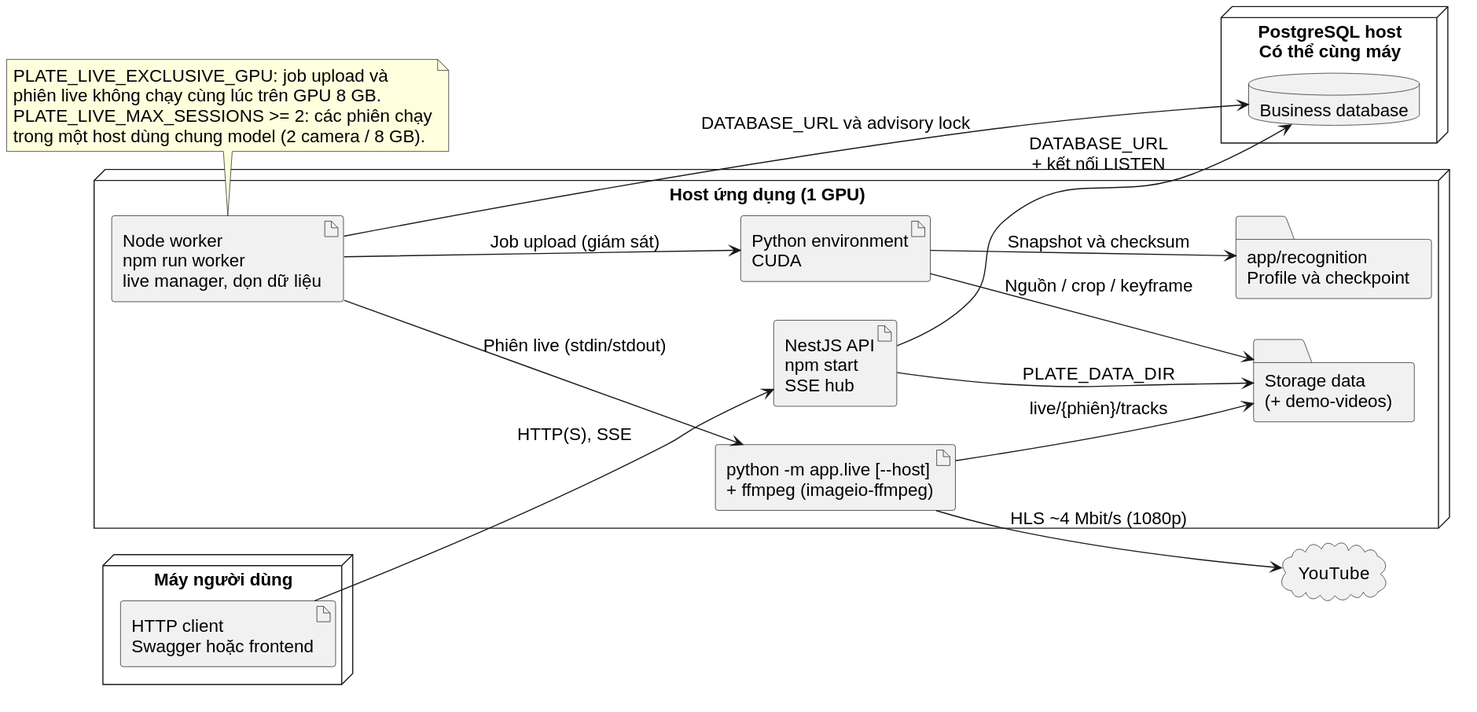
This is docs/analysis/diagrams/16-deployment.svg from Oszumeiii/Vehicle_Tracking_BE, a PlantUML export, as it was before one commit.
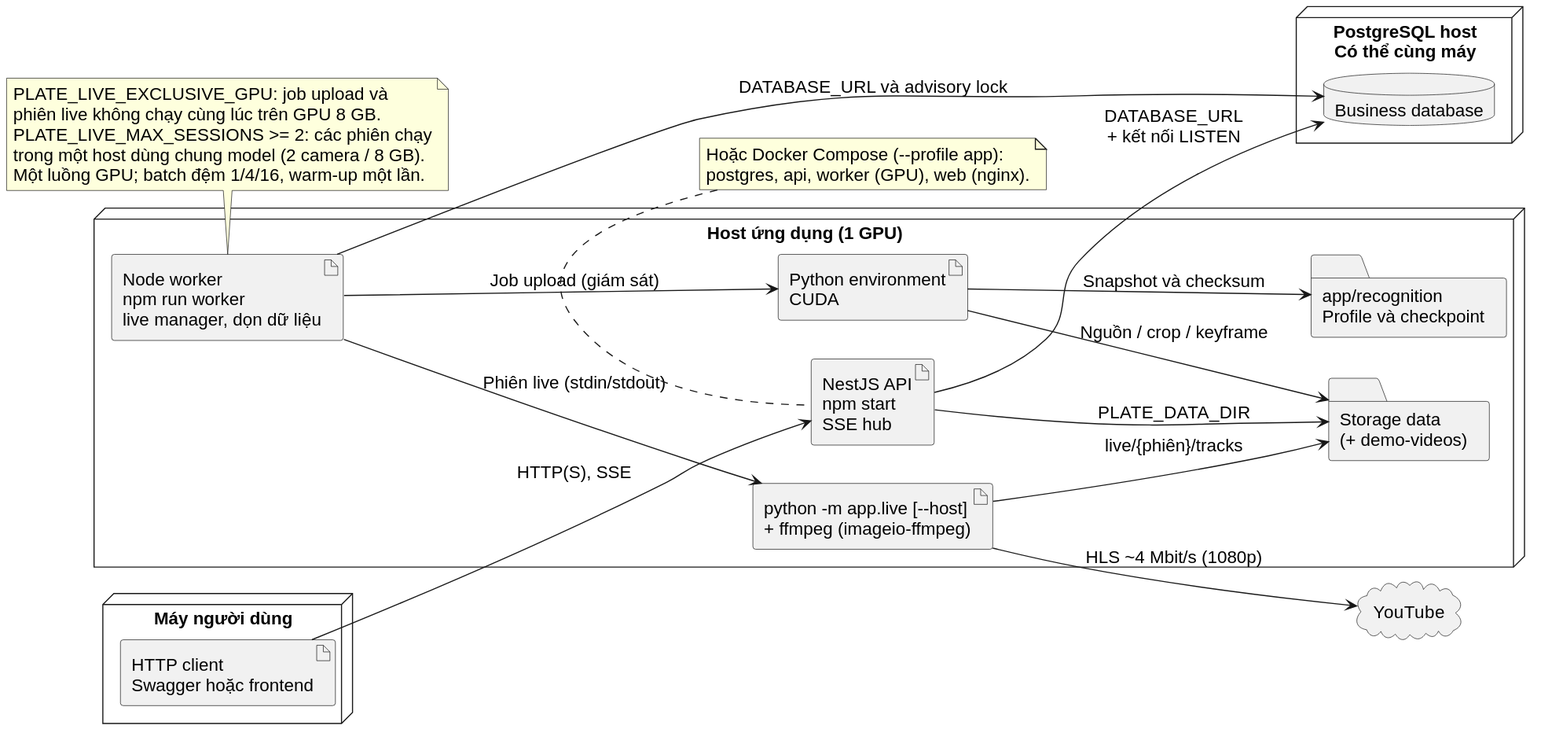
Above is the later version.

The edit, as a diff of the source:
```diff
@@ -34,5 +34,10 @@
   phiên live không chạy cùng lúc trên GPU 8 GB.
   PLATE_LIVE_MAX_SESSIONS >= 2: các phiên chạy
   trong một host dùng chung model (2 camera / 8 GB).
+  Một luồng GPU; batch đệm 1/4/16, warm-up một lần.
+end note
+note top of api
+  Hoặc Docker Compose (--profile app):
+  postgres, api, worker (GPU), web (nginx).
 end note
 @enduml
```
